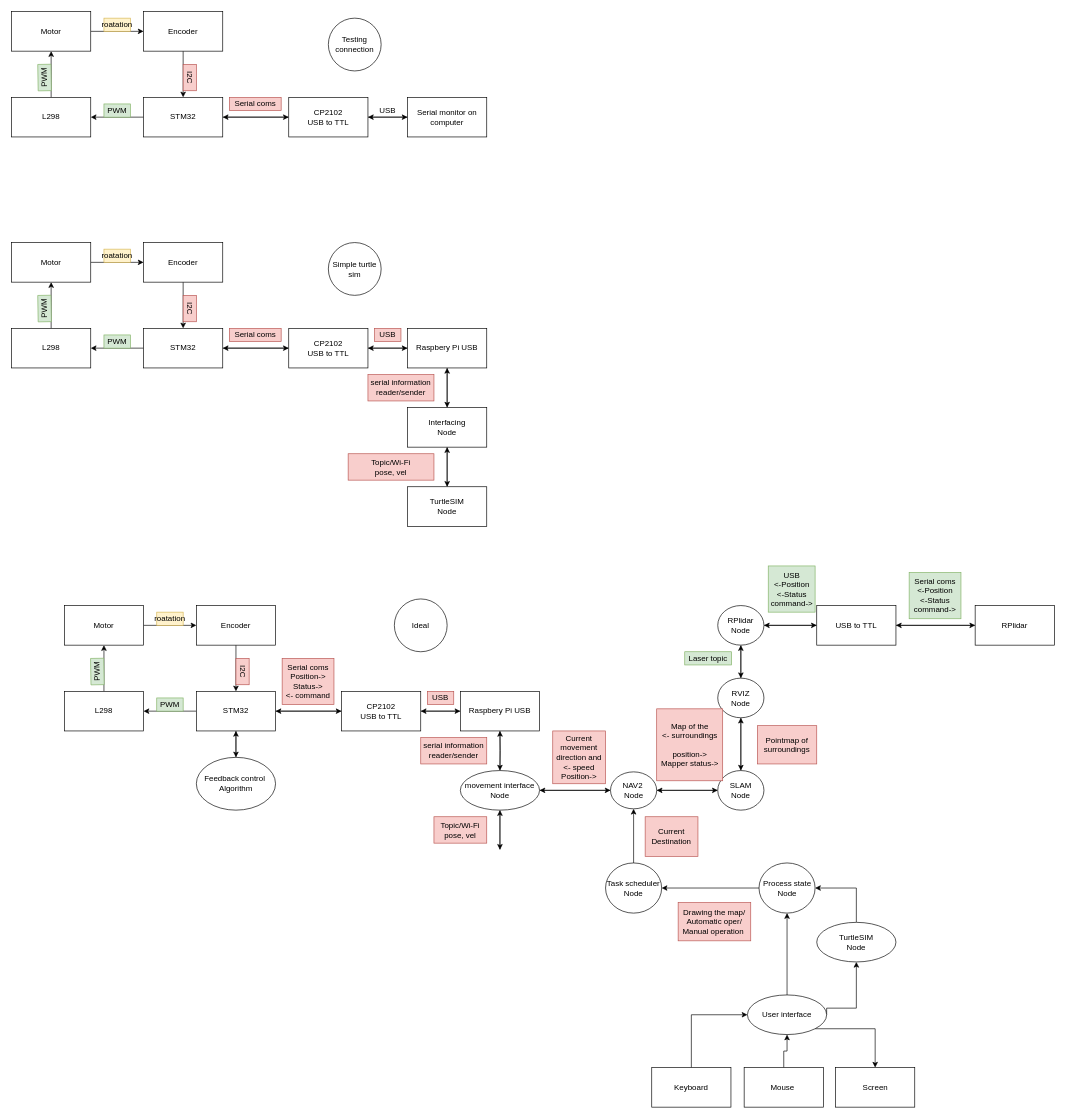
Before: Diagrams/Block diagram.drawio in sm0rts/ALO_REPOSITORY, a draw.io diagram. Source tidied: cells renumbered, new cells numbered last; positions are measured from the earlier drawing's top-left corner, leaving out a move shared by most shapes. Both pictures are drawn from the tidied source at 66%, with x=0, y=0 at pixel (11, 11).
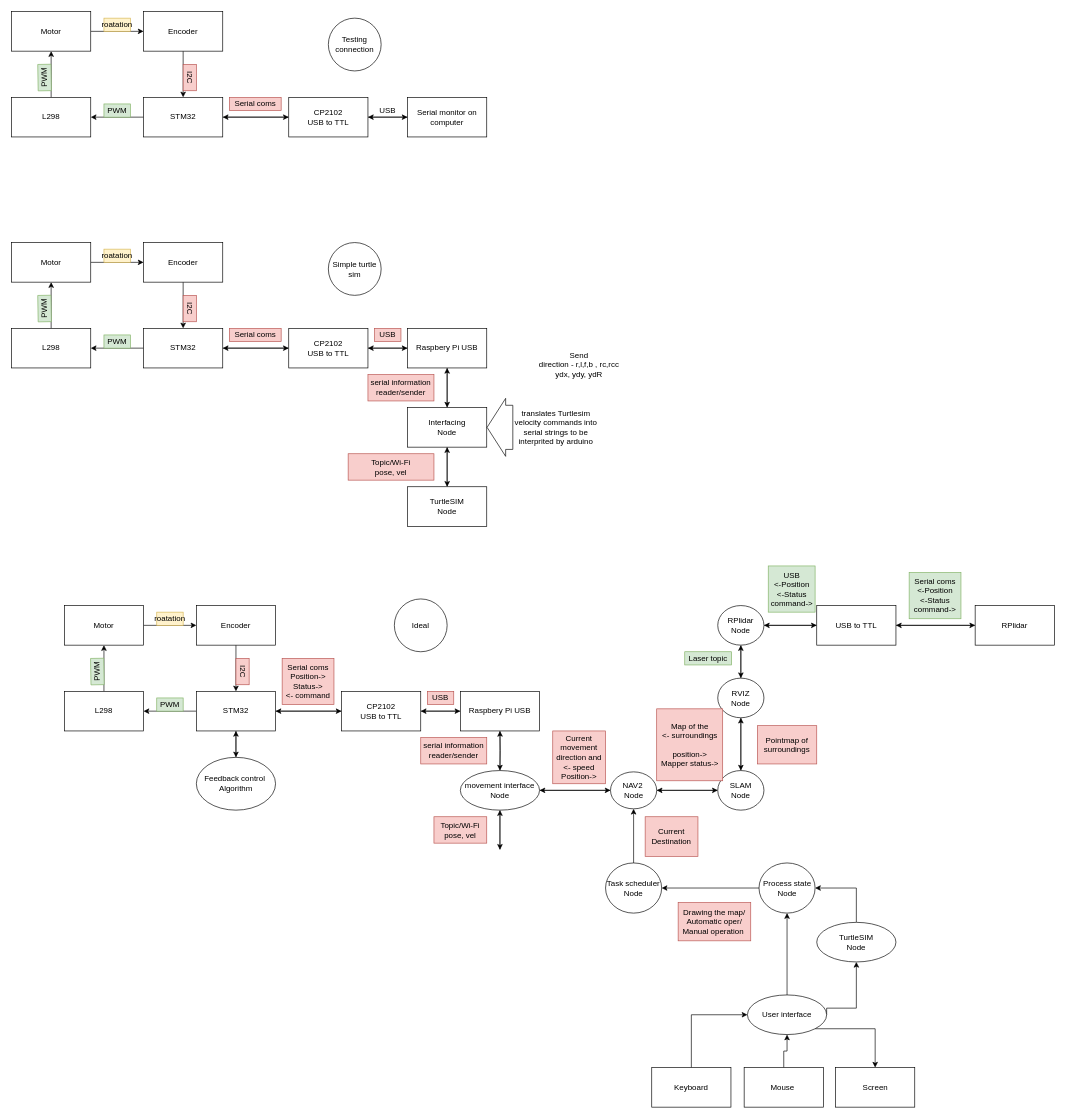
Above is the later version.

Commit message (it also covers changes not shown here):
created ros2 serial_com node and serial_reciever_transmitter_for_encoder that together can transfer turtlesim commands into serial information to be sent to the microcontroller.

The change refers to these unchanged cells:
```xml
<mxCell id="45" value="Interfacing&lt;br&gt;Node" style="rounded=0;whiteSpace=wrap;html=1;" parent="1" vertex="1">
  <mxGeometry x="600" y="600" width="120" height="60" as="geometry" />
</mxCell>
```

Change to the diagram source:
```diff
@@
+    <mxCell id="125" style="shape=flexArrow;endArrow=classic;html=1;entryX=1;entryY=0.5;entryDx=0;entryDy=0;width=66.85714285714286;endSize=9.045714285714286;" parent="1" edge="1" target="45">
+      <mxGeometry relative="1" as="geometry">
+        <mxPoint x="760" y="630" as="sourcePoint" />
+      </mxGeometry>
+    </mxCell>
+    <mxCell id="126" value="translates Turtlesim velocity commands into serial strings to be interprited by arduino" style="text;html=1;strokeColor=none;fillColor=none;align=center;verticalAlign=middle;whiteSpace=wrap;rounded=0;" parent="1" vertex="1">
+      <mxGeometry x="760" y="600" width="130" height="60" as="geometry" />
+    </mxCell>
+    <mxCell id="127" value="Send&lt;br&gt;direction - r,l,f,b , rc,rcc&lt;br&gt;ydx, ydy, ydR" style="text;html=1;strokeColor=none;fillColor=none;align=center;verticalAlign=middle;whiteSpace=wrap;rounded=0;" parent="1" vertex="1">
+      <mxGeometry x="790" y="500" width="140" height="70" as="geometry" />
+    </mxCell>
```
